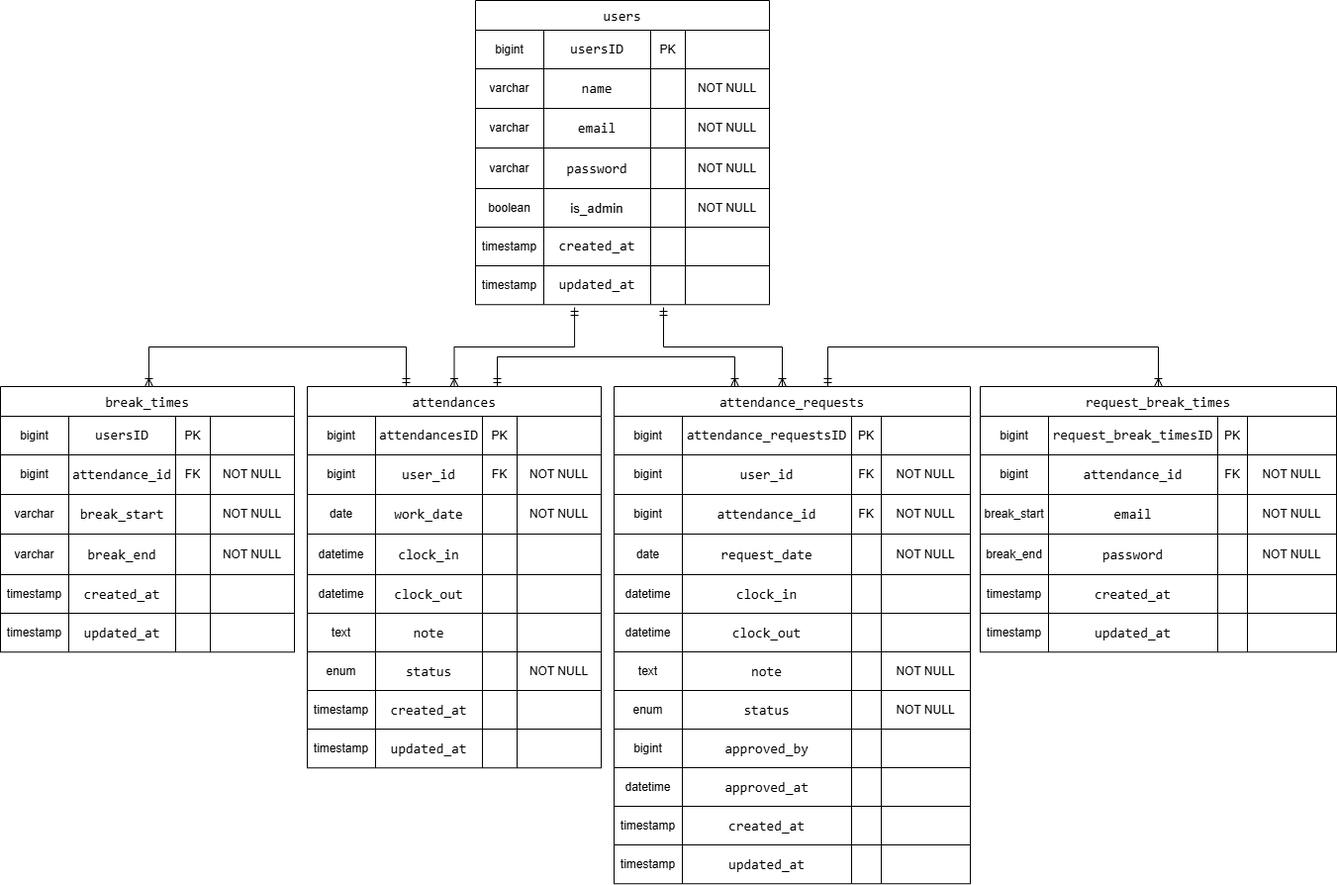
This is src/docs/勤怠管理ER図.png from 89359389383/attendance-management-app, a draw.io export, as it was before one commit. Source tidied: cells renumbered, new cells last; positions are measured from the earlier drawing's top-left corner, leaving out a move shared by most shapes.
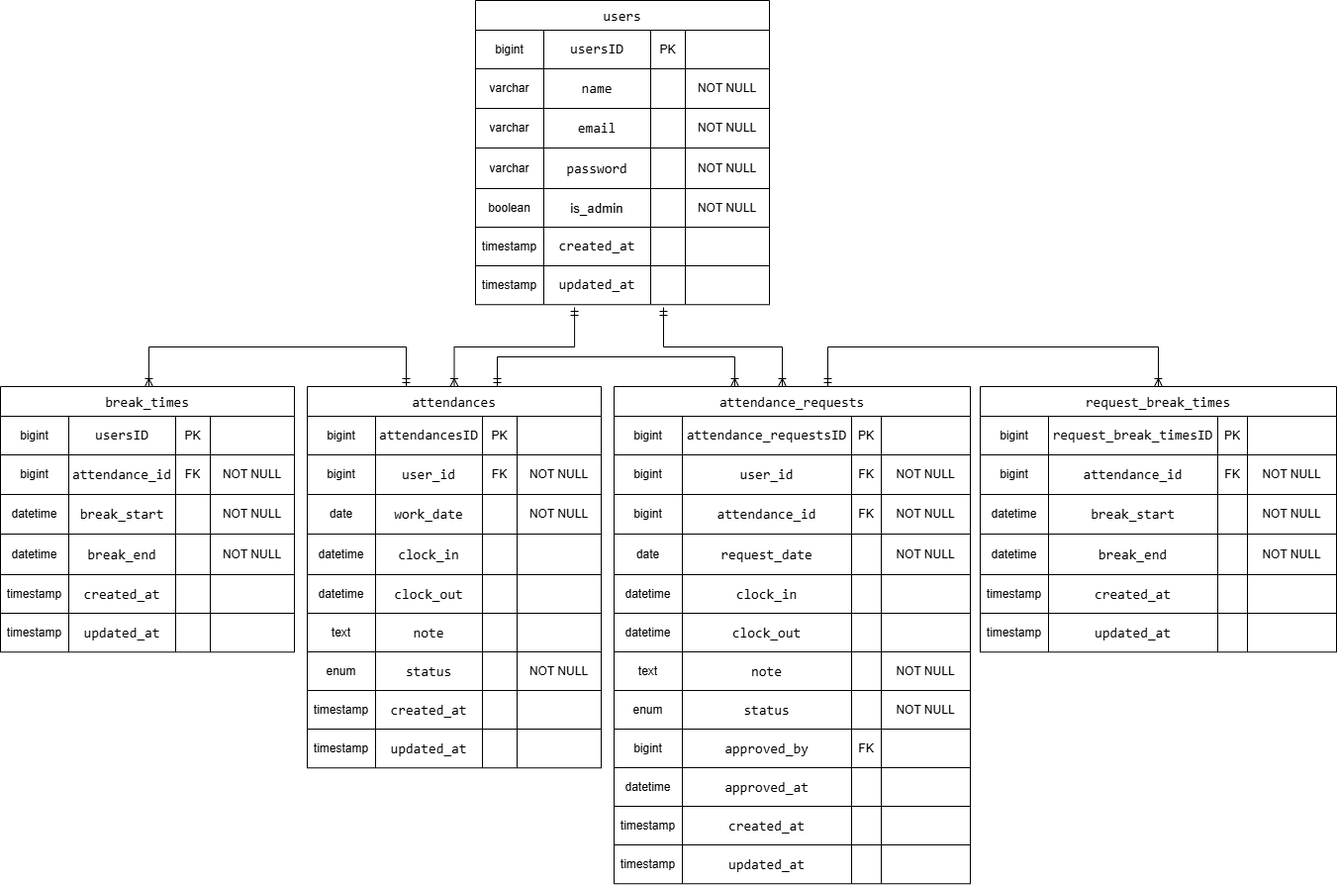
Above is the later version.

What changed in the source:
```diff
@@ -146,7 +146,7 @@
     <mxCell id="49" style="shape=tableRow;horizontal=0;startSize=0;swimlaneHead=0;swimlaneBody=0;strokeColor=inherit;top=0;left=0;bottom=0;right=0;fillColor=none;" parent="38" vertex="1">
       <mxGeometry y="109" width="297" height="40" as="geometry" />
     </mxCell>
-    <mxCell id="50" value="varchar" style="shape=partialRectangle;html=1;whiteSpace=wrap;strokeColor=inherit;overflow=hidden;fillColor=none;top=0;left=0;bottom=0;right=0;" parent="49" vertex="1">
+    <mxCell id="50" value="datetime" style="shape=partialRectangle;html=1;whiteSpace=wrap;strokeColor=inherit;overflow=hidden;fillColor=none;top=0;left=0;bottom=0;right=0;" parent="49" vertex="1">
       <mxGeometry width="69" height="40" as="geometry" />
     </mxCell>
     <mxCell id="51" value="&lt;div style=&quot;line-height: 19px;&quot;&gt;&lt;font face=&quot;Consolas, Courier New, monospace&quot;&gt;&lt;span style=&quot;font-size: 14px; white-space: pre;&quot;&gt;break_start&lt;/span&gt;&lt;/font&gt;&lt;/div&gt;" style="shape=partialRectangle;html=1;whiteSpace=wrap;strokeColor=inherit;overflow=hidden;fillColor=none;top=0;left=0;bottom=0;right=0;align=center;verticalAlign=middle;fontFamily=Helvetica;fontSize=12;fontColor=default;" parent="49" vertex="1">
@@ -161,7 +161,7 @@
     <mxCell id="54" style="shape=tableRow;horizontal=0;startSize=0;swimlaneHead=0;swimlaneBody=0;strokeColor=inherit;top=0;left=0;bottom=0;right=0;fillColor=none;" parent="38" vertex="1">
       <mxGeometry y="149" width="297" height="41" as="geometry" />
     </mxCell>
-    <mxCell id="55" value="varchar" style="shape=partialRectangle;html=1;whiteSpace=wrap;strokeColor=inherit;overflow=hidden;fillColor=none;top=0;left=0;bottom=0;right=0;" parent="54" vertex="1">
+    <mxCell id="55" value="datetime" style="shape=partialRectangle;html=1;whiteSpace=wrap;strokeColor=inherit;overflow=hidden;fillColor=none;top=0;left=0;bottom=0;right=0;" parent="54" vertex="1">
       <mxGeometry width="69" height="41" as="geometry" />
     </mxCell>
     <mxCell id="56" value="&lt;div style=&quot;line-height: 19px;&quot;&gt;&lt;font face=&quot;Consolas, Courier New, monospace&quot;&gt;&lt;span style=&quot;font-size: 14px; white-space: pre;&quot;&gt;break_end&lt;/span&gt;&lt;/font&gt;&lt;/div&gt;" style="shape=partialRectangle;html=1;whiteSpace=wrap;strokeColor=inherit;overflow=hidden;fillColor=none;top=0;left=0;bottom=0;right=0;" parent="54" vertex="1">
@@ -473,7 +473,7 @@
     <mxCell id="158" value="&lt;div style=&quot;line-height: 19px;&quot;&gt;&lt;font face=&quot;Consolas, Courier New, monospace&quot;&gt;&lt;span style=&quot;font-size: 14px; white-space: pre;&quot;&gt;approved_by&lt;/span&gt;&lt;/font&gt;&lt;/div&gt;" style="shape=partialRectangle;html=1;whiteSpace=wrap;strokeColor=inherit;overflow=hidden;fillColor=none;top=0;left=0;bottom=0;right=0;" parent="156" vertex="1">
       <mxGeometry x="69" width="171" height="39" as="geometry" />
     </mxCell>
-    <mxCell id="159" style="shape=partialRectangle;html=1;whiteSpace=wrap;strokeColor=inherit;overflow=hidden;fillColor=none;top=0;left=0;bottom=0;right=0;" parent="156" vertex="1">
+    <mxCell id="159" value="FK" style="shape=partialRectangle;html=1;whiteSpace=wrap;strokeColor=inherit;overflow=hidden;fillColor=none;top=0;left=0;bottom=0;right=0;" parent="156" vertex="1">
       <mxGeometry x="240" width="30" height="39" as="geometry" />
     </mxCell>
     <mxCell id="160" style="shape=partialRectangle;html=1;whiteSpace=wrap;strokeColor=inherit;overflow=hidden;fillColor=none;top=0;left=0;bottom=0;right=0;" parent="156" vertex="1">
@@ -560,10 +560,10 @@
     <mxCell id="187" style="shape=tableRow;horizontal=0;startSize=0;swimlaneHead=0;swimlaneBody=0;strokeColor=inherit;top=0;left=0;bottom=0;right=0;fillColor=none;" parent="176" vertex="1">
       <mxGeometry y="109" width="360" height="40" as="geometry" />
     </mxCell>
-    <mxCell id="188" value="break_start" style="shape=partialRectangle;html=1;whiteSpace=wrap;strokeColor=inherit;overflow=hidden;fillColor=none;top=0;left=0;bottom=0;right=0;" parent="187" vertex="1">
+    <mxCell id="188" value="datetime" style="shape=partialRectangle;html=1;whiteSpace=wrap;strokeColor=inherit;overflow=hidden;fillColor=none;top=0;left=0;bottom=0;right=0;" parent="187" vertex="1">
       <mxGeometry width="69" height="40" as="geometry" />
     </mxCell>
-    <mxCell id="189" value="&lt;div style=&quot;line-height: 19px;&quot;&gt;&lt;font style=&quot;color: rgb(0, 0, 0); font-size: 14px;&quot; face=&quot;Consolas, Courier New, monospace&quot;&gt;&lt;span style=&quot;white-space: pre;&quot;&gt;email&lt;/span&gt;&lt;/font&gt;&lt;/div&gt;" style="shape=partialRectangle;html=1;whiteSpace=wrap;strokeColor=inherit;overflow=hidden;fillColor=none;top=0;left=0;bottom=0;right=0;align=center;verticalAlign=middle;fontFamily=Helvetica;fontSize=12;fontColor=default;" parent="187" vertex="1">
+    <mxCell id="189" value="&lt;div style=&quot;line-height: 19px;&quot;&gt;&lt;span style=&quot;font-family: Consolas, &amp;quot;Courier New&amp;quot;, monospace; font-size: 14px; white-space: pre;&quot;&gt;break_start&lt;/span&gt;&lt;/div&gt;" style="shape=partialRectangle;html=1;whiteSpace=wrap;strokeColor=inherit;overflow=hidden;fillColor=none;top=0;left=0;bottom=0;right=0;align=center;verticalAlign=middle;fontFamily=Helvetica;fontSize=12;fontColor=default;" parent="187" vertex="1">
       <mxGeometry x="69" width="171" height="40" as="geometry" />
     </mxCell>
     <mxCell id="190" style="shape=partialRectangle;html=1;whiteSpace=wrap;strokeColor=inherit;overflow=hidden;fillColor=none;top=0;left=0;bottom=0;right=0;" parent="187" vertex="1">
@@ -575,10 +575,10 @@
     <mxCell id="192" style="shape=tableRow;horizontal=0;startSize=0;swimlaneHead=0;swimlaneBody=0;strokeColor=inherit;top=0;left=0;bottom=0;right=0;fillColor=none;" parent="176" vertex="1">
       <mxGeometry y="149" width="360" height="41" as="geometry" />
     </mxCell>
-    <mxCell id="193" value="break_end" style="shape=partialRectangle;html=1;whiteSpace=wrap;strokeColor=inherit;overflow=hidden;fillColor=none;top=0;left=0;bottom=0;right=0;" parent="192" vertex="1">
+    <mxCell id="193" value="datetime" style="shape=partialRectangle;html=1;whiteSpace=wrap;strokeColor=inherit;overflow=hidden;fillColor=none;top=0;left=0;bottom=0;right=0;" parent="192" vertex="1">
       <mxGeometry width="69" height="41" as="geometry" />
     </mxCell>
-    <mxCell id="194" value="&lt;div style=&quot;font-family: Consolas, &amp;quot;Courier New&amp;quot;, monospace; line-height: 19px; white-space: pre;&quot;&gt;&lt;span&gt;&lt;font style=&quot;color: rgb(0, 0, 0); font-size: 14px;&quot;&gt;password&lt;/font&gt;&lt;/span&gt;&lt;/div&gt;" style="shape=partialRectangle;html=1;whiteSpace=wrap;strokeColor=inherit;overflow=hidden;fillColor=none;top=0;left=0;bottom=0;right=0;" parent="192" vertex="1">
+    <mxCell id="194" value="&lt;div style=&quot;font-family: Consolas, &amp;quot;Courier New&amp;quot;, monospace; line-height: 19px; white-space: pre;&quot;&gt;&lt;span style=&quot;font-size: 14px;&quot;&gt;break_end&lt;/span&gt;&lt;/div&gt;" style="shape=partialRectangle;html=1;whiteSpace=wrap;strokeColor=inherit;overflow=hidden;fillColor=none;top=0;left=0;bottom=0;right=0;" parent="192" vertex="1">
       <mxGeometry x="69" width="171" height="41" as="geometry" />
     </mxCell>
     <mxCell id="195" style="shape=partialRectangle;html=1;whiteSpace=wrap;strokeColor=inherit;overflow=hidden;fillColor=none;top=0;left=0;bottom=0;right=0;" parent="192" vertex="1">
```
